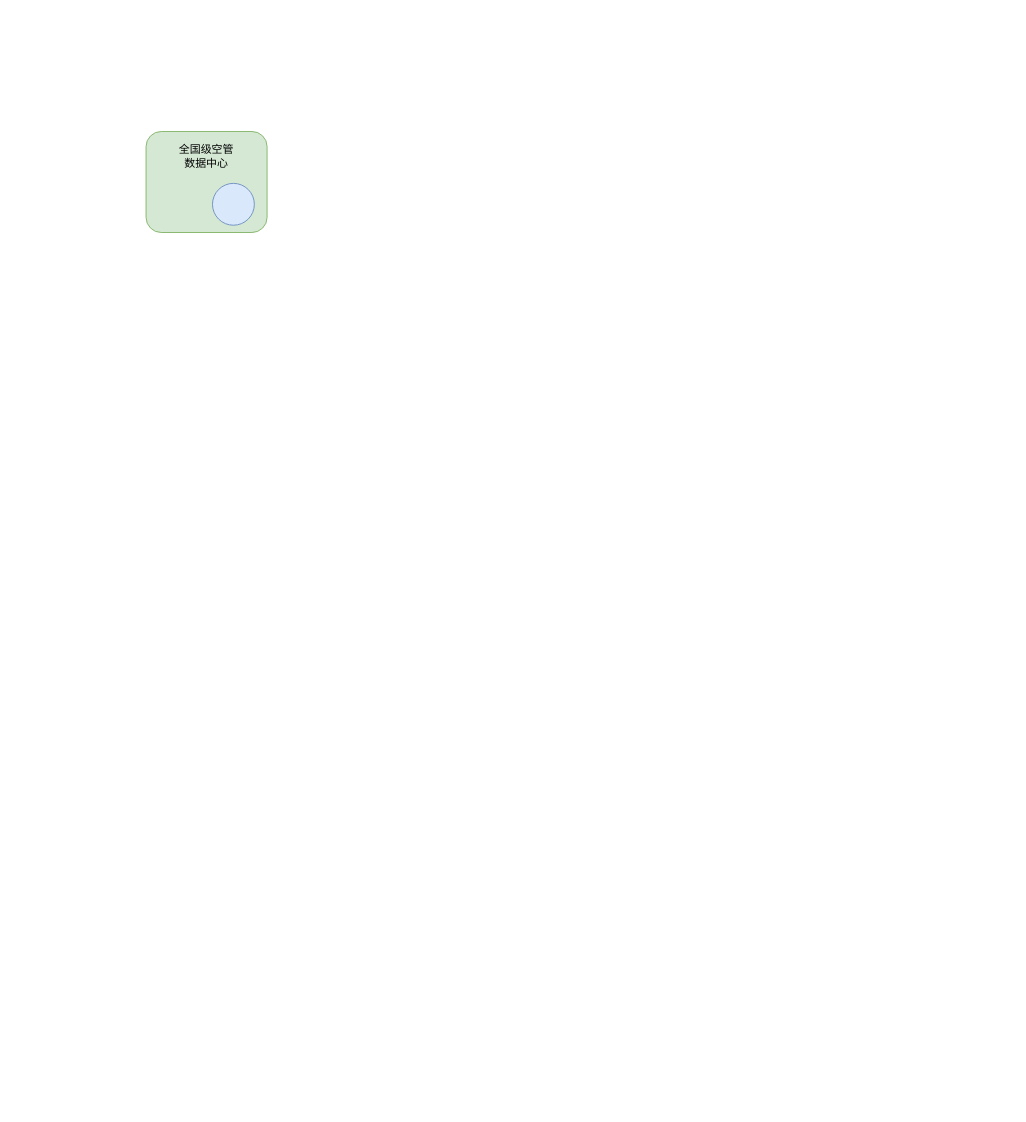
dilide/collections keeps this draw.io diagram as repository/drawio/3suo/数据同步网络.drawio. Above is the earlier version. Source tidied: cells renumbered, new cells numbered last; positions are measured from the earlier drawing's top-left corner, leaving out a move shared by most shapes. Both pictures are drawn from the tidied source at 91%, with x=0, y=0 at pixel (146, 131). Pictures stored in the file or linked from it are replaced by grey dashed boxes.
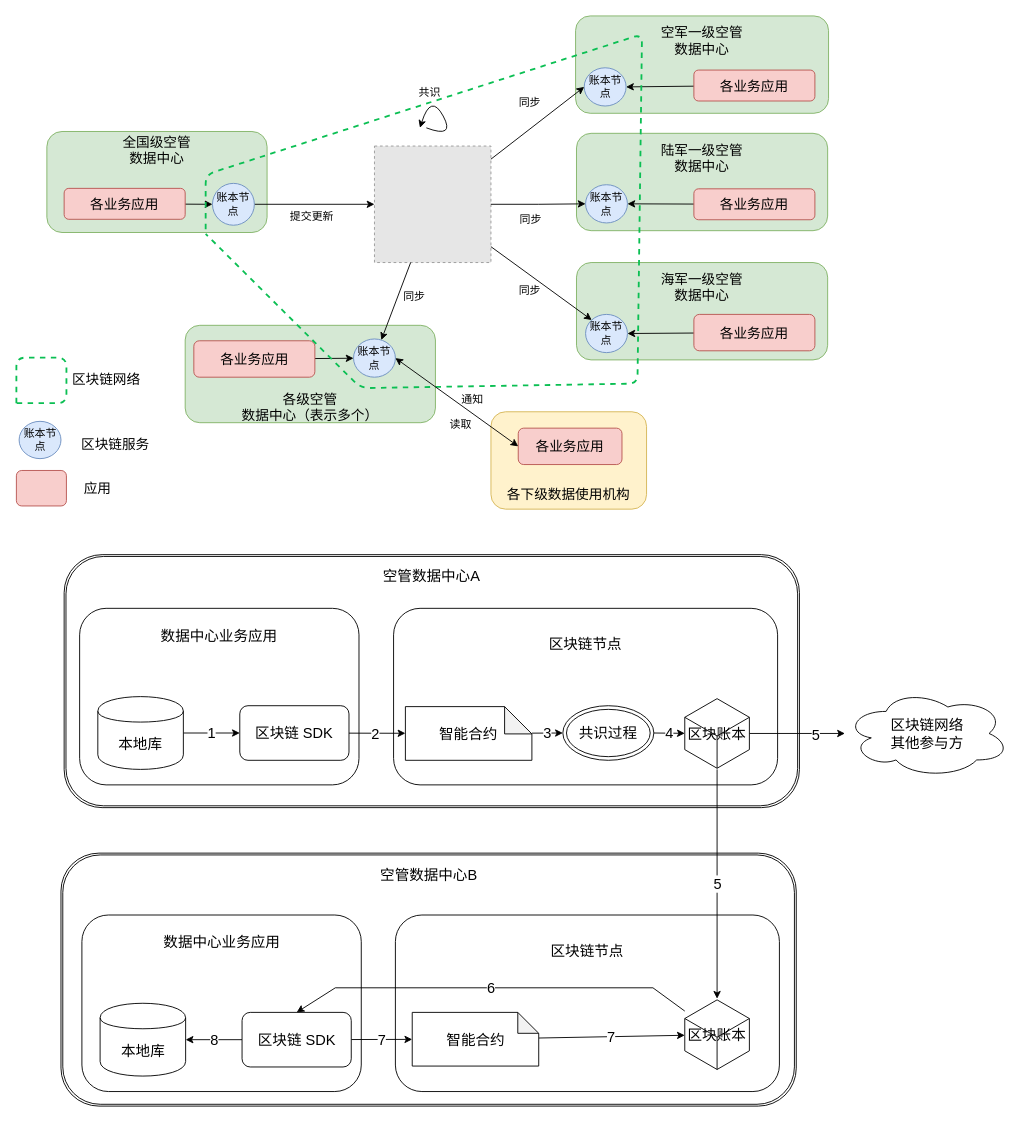
The same diagram, later.

Commit message:
更新数据同步网络.drawio

What changed in the source:
```diff
@@
+    <mxCell id="4" value="空管数据中心A&lt;br&gt;&lt;br&gt;&lt;br&gt;&lt;br&gt;&lt;br&gt;&lt;br&gt;&lt;br&gt;&lt;br&gt;&lt;br&gt;&lt;br&gt;&lt;br&gt;&lt;br&gt;&lt;br&gt;" style="shape=ext;double=1;rounded=1;whiteSpace=wrap;html=1;fontSize=16;" parent="1" vertex="1">
+      <mxGeometry x="-90" y="465" width="808" height="278" as="geometry" />
+    </mxCell>
-    <mxCell id="2" value="全国级空管&lt;br&gt;数据中心&lt;br&gt;&lt;br&gt;&lt;br&gt;&lt;br&gt;&lt;br&gt;" style="rounded=1;whiteSpace=wrap;html=1;fillColor=#d5e8d4;strokeColor=#82b366;" parent="1" vertex="1">
-      <mxGeometry width="133" height="111" as="geometry" />
+    <mxCell id="2" value="全国级空管&lt;br style=&quot;font-size: 15px;&quot;&gt;数据中心&lt;br style=&quot;font-size: 15px;&quot;&gt;&lt;br style=&quot;font-size: 15px;&quot;&gt;&lt;br style=&quot;font-size: 15px;&quot;&gt;&lt;br style=&quot;font-size: 15px;&quot;&gt;&lt;br style=&quot;font-size: 15px;&quot;&gt;" style="rounded=1;whiteSpace=wrap;html=1;fillColor=#d5e8d4;strokeColor=#82b366;fontSize=15;" parent="1" vertex="1">
+      <mxGeometry x="-109" width="242" height="111" as="geometry" />
     </mxCell>
+    <mxCell id="5" style="edgeStyle=orthogonalEdgeStyle;rounded=0;jettySize=auto;html=1;" parent="1" edge="1" source="3" target="7">
+      <mxGeometry relative="1" as="geometry" />
+    </mxCell>
+    <mxCell id="6" value="提交更新" style="text;html=1;align=center;verticalAlign=middle;labelBackgroundColor=#ffffff;" parent="5" vertex="1">
+      <mxGeometry x="-0.29" relative="1" as="geometry">
+        <mxPoint x="15" y="13" as="offset" />
+      </mxGeometry>
+    </mxCell>
-    <mxCell id="3" style="ellipse;whiteSpace=wrap;html=1;fillColor=#dae8fc;strokeColor=#6c8ebf;" parent="1" vertex="1">
+    <mxCell id="3" value="账本节点" style="ellipse;whiteSpace=wrap;html=1;fillColor=#dae8fc;strokeColor=#6c8ebf;" parent="1" vertex="1">
       <mxGeometry x="73" y="57" width="46" height="46" as="geometry" />
     </mxCell>
+    <mxCell id="7" style="fillColor=#E6E6E6;strokeColor=#999999;dashed=1;html=1;verticalAlign=top;verticalLabelPosition=bottom;labelBackgroundColor=#ffffff;" parent="1" vertex="1">
+      <mxGeometry x="251" y="16" width="128" height="128" as="geometry" />
+    </mxCell>
+    <mxCell id="8" value="陆军一级空管&lt;br style=&quot;font-size: 15px&quot;&gt;数据中心&lt;br style=&quot;font-size: 15px&quot;&gt;&lt;br style=&quot;font-size: 15px&quot;&gt;&lt;br&gt;&lt;br&gt;" style="rounded=1;whiteSpace=wrap;html=1;fillColor=#d5e8d4;strokeColor=#82b366;fontSize=15;" parent="1" vertex="1">
+      <mxGeometry x="473" y="2" width="276" height="107" as="geometry" />
+    </mxCell>
+    <mxCell id="9" value="账本节点" style="ellipse;whiteSpace=wrap;html=1;fillColor=#dae8fc;strokeColor=#6c8ebf;" parent="1" vertex="1">
+      <mxGeometry x="483" y="58.5" width="46" height="42" as="geometry" />
+    </mxCell>
+    <mxCell id="10" value="同步" style="text;html=1;align=left;verticalAlign=top;spacingTop=-4;" parent="1" vertex="1">
+      <mxGeometry x="409" y="86.5" width="34" height="14" as="geometry" />
+    </mxCell>
+    <mxCell id="11" style="edgeStyle=orthogonalEdgeStyle;rounded=0;jettySize=auto;html=1;entryX=0;entryY=0.5;entryDx=0;entryDy=0;" parent="1" edge="1" source="7" target="9">
+      <mxGeometry relative="1" as="geometry" />
+    </mxCell>
+    <mxCell id="12" style="curved=1;endArrow=classic;html=1;" parent="1" edge="1">
+      <mxGeometry relative="1" as="geometry">
+        <mxPoint x="308" y="-4" as="sourcePoint" />
+        <mxPoint x="301" y="-4" as="targetPoint" />
+        <Array as="points">
+          <mxPoint x="340" y="8" />
+          <mxPoint x="313" y="-42" />
+        </Array>
+      </mxGeometry>
+    </mxCell>
+    <mxCell id="13" value="共识" style="text;html=1;align=left;verticalAlign=top;spacingTop=-4;" parent="1" vertex="1">
+      <mxGeometry x="298" y="-52" width="34" height="14" as="geometry" />
+    </mxCell>
+    <mxCell id="14" value="海军一级空管&lt;br style=&quot;font-size: 15px&quot;&gt;数据中心&lt;br style=&quot;font-size: 15px&quot;&gt;&lt;br style=&quot;font-size: 15px&quot;&gt;&lt;br&gt;&lt;br&gt;" style="rounded=1;whiteSpace=wrap;html=1;fillColor=#d5e8d4;strokeColor=#82b366;fontSize=15;" parent="1" vertex="1">
+      <mxGeometry x="473" y="144" width="276" height="107" as="geometry" />
+    </mxCell>
+    <mxCell id="15" value="账本节点" style="ellipse;whiteSpace=wrap;html=1;fillColor=#dae8fc;strokeColor=#6c8ebf;" parent="1" vertex="1">
+      <mxGeometry x="483" y="201" width="46" height="42" as="geometry" />
+    </mxCell>
+    <mxCell id="16" value="同步" style="text;html=1;align=left;verticalAlign=top;spacingTop=-4;" parent="1" vertex="1">
+      <mxGeometry x="407.5" y="164.5" width="34" height="14" as="geometry" />
+    </mxCell>
+    <mxCell id="17" value="空军一级空管&lt;br style=&quot;font-size: 15px&quot;&gt;数据中心&lt;br style=&quot;font-size: 15px&quot;&gt;&lt;br style=&quot;font-size: 15px&quot;&gt;&lt;br&gt;&lt;br style=&quot;font-size: 15px&quot;&gt;" style="rounded=1;whiteSpace=wrap;html=1;fillColor=#d5e8d4;strokeColor=#82b366;fontSize=15;" parent="1" vertex="1">
+      <mxGeometry x="472" y="-127" width="278" height="107" as="geometry" />
+    </mxCell>
+    <mxCell id="18" value="账本节点" style="ellipse;whiteSpace=wrap;html=1;fillColor=#dae8fc;strokeColor=#6c8ebf;" parent="1" vertex="1">
+      <mxGeometry x="481.5" y="-70" width="46" height="42" as="geometry" />
+    </mxCell>
+    <mxCell id="19" value="同步" style="text;html=1;align=left;verticalAlign=top;spacingTop=-4;" parent="1" vertex="1">
+      <mxGeometry x="407.5" y="-42" width="34" height="14" as="geometry" />
+    </mxCell>
+    <mxCell id="20" style="edgeStyle=none;rounded=0;jettySize=auto;html=1;entryX=0;entryY=0.5;entryDx=0;entryDy=0;" parent="1" edge="1" source="7" target="18">
+      <mxGeometry relative="1" as="geometry" />
+    </mxCell>
+    <mxCell id="21" style="edgeStyle=none;rounded=0;jettySize=auto;html=1;entryX=0;entryY=0;entryDx=0;entryDy=0;" parent="1" edge="1" source="7" target="15">
+      <mxGeometry relative="1" as="geometry" />
+    </mxCell>
+    <mxCell id="22" value="&lt;br style=&quot;font-size: 15px&quot;&gt;&lt;br style=&quot;font-size: 15px&quot;&gt;&lt;br style=&quot;font-size: 15px&quot;&gt;&lt;br style=&quot;font-size: 15px&quot;&gt;各级空管&lt;br style=&quot;font-size: 15px&quot;&gt;数据中心（表示多个）" style="rounded=1;whiteSpace=wrap;html=1;fillColor=#d5e8d4;strokeColor=#82b366;fontSize=15;" parent="1" vertex="1">
+      <mxGeometry x="43" y="213" width="275" height="107" as="geometry" />
+    </mxCell>
+    <mxCell id="23" value="账本节点" style="ellipse;whiteSpace=wrap;html=1;fillColor=#dae8fc;strokeColor=#6c8ebf;" parent="1" vertex="1">
+      <mxGeometry x="228" y="228" width="46" height="42" as="geometry" />
+    </mxCell>
+    <mxCell id="24" style="edgeStyle=none;rounded=0;jettySize=auto;html=1;" parent="1" edge="1" source="7" target="23">
+      <mxGeometry relative="1" as="geometry" />
+    </mxCell>
+    <mxCell id="25" value="同步" style="text;html=1;align=left;verticalAlign=top;spacingTop=-4;" parent="1" vertex="1">
+      <mxGeometry x="281" y="171.5" width="34" height="14" as="geometry" />
+    </mxCell>
+    <mxCell id="26" value="&lt;br style=&quot;font-size: 15px&quot;&gt;&lt;br style=&quot;font-size: 15px&quot;&gt;&lt;br style=&quot;font-size: 15px&quot;&gt;&lt;br style=&quot;font-size: 15px&quot;&gt;各下级数据使用机构" style="rounded=1;whiteSpace=wrap;html=1;fillColor=#fff2cc;strokeColor=#d6b656;fontSize=15;" parent="1" vertex="1">
+      <mxGeometry x="379" y="308" width="171" height="107" as="geometry" />
+    </mxCell>
+    <mxCell id="27" style="edgeStyle=none;rounded=0;jettySize=auto;html=1;entryX=1;entryY=0.5;entryDx=0;entryDy=0;fontSize=15;" parent="1" edge="1" source="28" target="18">
+      <mxGeometry relative="1" as="geometry" />
+    </mxCell>
+    <mxCell id="28" value="各业务应用" style="rounded=1;whiteSpace=wrap;html=1;fontSize=15;fillColor=#f8cecc;strokeColor=#b85450;" parent="1" vertex="1">
+      <mxGeometry x="602" y="-67.5" width="133" height="34" as="geometry" />
+    </mxCell>
+    <mxCell id="29" style="edgeStyle=none;rounded=0;jettySize=auto;html=1;entryX=1;entryY=0.5;entryDx=0;entryDy=0;fontSize=15;" parent="1" edge="1" source="30" target="9">
+      <mxGeometry relative="1" as="geometry" />
+    </mxCell>
+    <mxCell id="30" value="各业务应用" style="rounded=1;whiteSpace=wrap;html=1;fontSize=15;fillColor=#f8cecc;strokeColor=#b85450;" parent="1" vertex="1">
+      <mxGeometry x="602" y="63" width="133" height="34" as="geometry" />
+    </mxCell>
+    <mxCell id="31" style="edgeStyle=none;rounded=0;jettySize=auto;html=1;entryX=1;entryY=0.5;entryDx=0;entryDy=0;fontSize=15;" parent="1" edge="1" source="32" target="15">
+      <mxGeometry relative="1" as="geometry" />
+    </mxCell>
+    <mxCell id="32" value="各业务应用" style="rounded=1;whiteSpace=wrap;html=1;fontSize=15;fillColor=#f8cecc;strokeColor=#b85450;" parent="1" vertex="1">
+      <mxGeometry x="602" y="201" width="133" height="40" as="geometry" />
+    </mxCell>
+    <mxCell id="33" value="各业务应用" style="rounded=1;whiteSpace=wrap;html=1;fontSize=15;fillColor=#f8cecc;strokeColor=#b85450;" parent="1" vertex="1">
+      <mxGeometry x="409" y="326" width="114" height="40" as="geometry" />
+    </mxCell>
+    <mxCell id="34" style="edgeStyle=none;rounded=0;jettySize=auto;html=1;fontSize=15;" parent="1" edge="1" source="35" target="23">
+      <mxGeometry relative="1" as="geometry" />
+    </mxCell>
+    <mxCell id="35" value="各业务应用" style="rounded=1;whiteSpace=wrap;html=1;fontSize=15;fillColor=#f8cecc;strokeColor=#b85450;" parent="1" vertex="1">
+      <mxGeometry x="52.5" y="230" width="133" height="40" as="geometry" />
+    </mxCell>
+    <mxCell id="36" style="edgeStyle=none;rounded=0;jettySize=auto;html=1;fontSize=15;" parent="1" edge="1" source="37" target="3">
+      <mxGeometry relative="1" as="geometry" />
+    </mxCell>
+    <mxCell id="37" value="各业务应用" style="rounded=1;whiteSpace=wrap;html=1;fontSize=15;fillColor=#f8cecc;strokeColor=#b85450;" parent="1" vertex="1">
+      <mxGeometry x="-90" y="62.5" width="133" height="34" as="geometry" />
+    </mxCell>
+    <mxCell id="38" style="endArrow=none;dashed=1;html=1;fontSize=15;fillColor=#dae8fc;strokeColor=#0BBF53;strokeWidth=2;" parent="1" edge="1">
+      <mxGeometry relative="1" as="geometry">
+        <mxPoint x="65.5" y="107.5" as="sourcePoint" />
+        <mxPoint x="65.5" y="112.5" as="targetPoint" />
+        <Array as="points">
+          <mxPoint x="65.5" y="47.5" />
+          <mxPoint x="545" y="-107" />
+          <mxPoint x="540" y="277" />
+          <mxPoint x="236" y="282" />
+        </Array>
+      </mxGeometry>
+    </mxCell>
+    <mxCell id="39" style="endArrow=none;dashed=1;html=1;strokeColor=#0BBF53;strokeWidth=2;fontSize=15;" parent="1" edge="1">
+      <mxGeometry relative="1" as="geometry">
+        <mxPoint x="-142.5" y="298.5" as="sourcePoint" />
+        <mxPoint x="-142.5" y="298.5" as="targetPoint" />
+        <Array as="points">
+          <mxPoint x="-142.5" y="248.5" />
+          <mxPoint x="-87.5" y="248.5" />
+          <mxPoint x="-87.5" y="298.5" />
+        </Array>
+      </mxGeometry>
+    </mxCell>
+    <mxCell id="40" value="区块链网络" style="text;html=1;align=left;verticalAlign=top;spacingTop=-4;fontSize=15;" parent="1" vertex="1">
+      <mxGeometry x="-83.5" y="260.5" width="85" height="18" as="geometry" />
+    </mxCell>
+    <mxCell id="41" style="rounded=1;whiteSpace=wrap;html=1;fontSize=15;fillColor=#f8cecc;strokeColor=#b85450;" parent="1" vertex="1">
+      <mxGeometry x="-142.5" y="372.5" width="55" height="39" as="geometry" />
+    </mxCell>
+    <mxCell id="42" value="应用" style="text;html=1;align=left;verticalAlign=top;spacingTop=-4;fontSize=15;" parent="1" vertex="1">
+      <mxGeometry x="-70.5" y="380.5" width="40" height="18" as="geometry" />
+    </mxCell>
+    <mxCell id="43" value="账本节点" style="ellipse;whiteSpace=wrap;html=1;fillColor=#dae8fc;strokeColor=#6c8ebf;" parent="1" vertex="1">
+      <mxGeometry x="-139.5" y="318.5" width="46" height="41" as="geometry" />
+    </mxCell>
+    <mxCell id="44" value="区块链服务" style="text;html=1;align=left;verticalAlign=top;spacingTop=-4;fontSize=15;" parent="1" vertex="1">
+      <mxGeometry x="-73" y="331.5" width="85" height="18" as="geometry" />
+    </mxCell>
+    <mxCell id="45" style="endArrow=classic;startArrow=classic;html=1;strokeColor=#000000;strokeWidth=1;fontSize=15;entryX=1;entryY=0.5;entryDx=0;entryDy=0;exitX=0;exitY=0.5;exitDx=0;exitDy=0;" parent="1" edge="1" source="33" target="23">
+      <mxGeometry relative="1" as="geometry" />
+    </mxCell>
+    <mxCell id="46" value="通知" style="text;html=1;align=left;verticalAlign=top;spacingTop=-4;" parent="1" vertex="1">
+      <mxGeometry x="345" y="285" width="34" height="14" as="geometry" />
+    </mxCell>
+    <mxCell id="47" value="读取" style="text;html=1;align=left;verticalAlign=top;spacingTop=-4;fontSize=12;" parent="1" vertex="1">
+      <mxGeometry x="332" y="312" width="40" height="18" as="geometry" />
+    </mxCell>
+    <mxCell id="48" value="数据中心业务应用&lt;br style=&quot;font-size: 16px;&quot;&gt;&lt;br style=&quot;font-size: 16px;&quot;&gt;&lt;br style=&quot;font-size: 16px;&quot;&gt;&lt;br style=&quot;font-size: 16px;&quot;&gt;&lt;br style=&quot;font-size: 16px;&quot;&gt;&lt;br style=&quot;font-size: 16px;&quot;&gt;&lt;br style=&quot;font-size: 16px;&quot;&gt;&lt;br style=&quot;font-size: 16px;&quot;&gt;" style="rounded=1;whiteSpace=wrap;html=1;fontSize=16;" parent="1" vertex="1">
+      <mxGeometry x="-73" y="524" width="307" height="194" as="geometry" />
+    </mxCell>
+    <mxCell id="49" value="1" style="edgeStyle=none;rounded=0;jettySize=auto;html=1;entryX=0;entryY=0.5;entryDx=0;entryDy=0;strokeColor=#000000;strokeWidth=1;fontSize=16;" parent="1" edge="1" source="50" target="51">
+      <mxGeometry relative="1" as="geometry" />
+    </mxCell>
+    <mxCell id="50" value="本地库" style="shape=cylinder;whiteSpace=wrap;html=1;boundedLbl=1;backgroundOutline=1;fontSize=16;" parent="1" vertex="1">
+      <mxGeometry x="-53" y="621" width="94" height="80" as="geometry" />
+    </mxCell>
+    <mxCell id="51" value="区块链 SDK" style="rounded=1;whiteSpace=wrap;html=1;fontSize=16;" parent="1" vertex="1">
+      <mxGeometry x="103" y="631" width="120" height="60" as="geometry" />
+    </mxCell>
+    <mxCell id="52" value="区块链节点&lt;br&gt;&lt;br&gt;&lt;br&gt;&lt;br&gt;&lt;br&gt;&lt;br&gt;&lt;br&gt;" style="rounded=1;whiteSpace=wrap;html=1;fontSize=16;" parent="1" vertex="1">
+      <mxGeometry x="272" y="524" width="422" height="194" as="geometry" />
+    </mxCell>
+    <mxCell id="53" value="3" style="edgeStyle=none;rounded=0;jettySize=auto;html=1;entryX=0;entryY=0.5;entryDx=0;entryDy=0;strokeColor=#000000;strokeWidth=1;fontSize=16;" parent="1" edge="1" source="54" target="58">
+      <mxGeometry relative="1" as="geometry" />
+    </mxCell>
+    <mxCell id="54" value="智能合约" style="shape=note;whiteSpace=wrap;html=1;backgroundOutline=1;darkOpacity=0.05;fontSize=16;" parent="1" vertex="1">
+      <mxGeometry x="285" y="632" width="139" height="59" as="geometry" />
+    </mxCell>
+    <mxCell id="55" style="edgeStyle=none;rounded=0;jettySize=auto;html=1;strokeColor=#000000;strokeWidth=1;fontSize=16;" parent="1" edge="1" source="51" target="54">
+      <mxGeometry relative="1" as="geometry" />
+    </mxCell>
+    <mxCell id="56" value="2" style="text;html=1;align=center;verticalAlign=middle;labelBackgroundColor=#ffffff;fontSize=16;" parent="55" vertex="1">
+      <mxGeometry x="-0.35" y="1" relative="1" as="geometry">
+        <mxPoint x="8" y="1" as="offset" />
+      </mxGeometry>
+    </mxCell>
+    <mxCell id="57" value="4" style="edgeStyle=none;rounded=0;jettySize=auto;html=1;strokeColor=#000000;strokeWidth=1;fontSize=16;" parent="1" edge="1" source="58" target="61">
+      <mxGeometry relative="1" as="geometry" />
+    </mxCell>
+    <mxCell id="58" value="共识过程" style="ellipse;shape=doubleEllipse;whiteSpace=wrap;html=1;fontSize=16;" parent="1" vertex="1">
+      <mxGeometry x="458" y="631" width="100" height="60" as="geometry" />
+    </mxCell>
+    <mxCell id="59" style="edgeStyle=none;rounded=0;jettySize=auto;html=1;strokeColor=#000000;strokeWidth=1;fontSize=16;" parent="1" edge="1" source="61" target="62">
+      <mxGeometry relative="1" as="geometry" />
+    </mxCell>
+    <mxCell id="60" value="5" style="text;html=1;align=center;verticalAlign=middle;labelBackgroundColor=#ffffff;fontSize=16;" parent="59" vertex="1">
+      <mxGeometry x="0.37" y="-1" relative="1" as="geometry" />
+    </mxCell>
+    <mxCell id="61" value="区块账本" style="html=1;whiteSpace=wrap;shape=isoCube;backgroundOutline=1;fontSize=16;" parent="1" vertex="1">
+      <mxGeometry x="592" y="622" width="71" height="79" as="geometry" />
+    </mxCell>
+    <mxCell id="62" value="区块链网络&lt;br&gt;其他参与方" style="ellipse;shape=cloud;whiteSpace=wrap;html=1;fontSize=16;" parent="1" vertex="1">
+      <mxGeometry x="768" y="613" width="181" height="97" as="geometry" />
+    </mxCell>
+    <mxCell id="63" value="空管数据中心B&lt;br&gt;&lt;br&gt;&lt;br&gt;&lt;br&gt;&lt;br&gt;&lt;br&gt;&lt;br&gt;&lt;br&gt;&lt;br&gt;&lt;br&gt;&lt;br&gt;&lt;br&gt;&lt;br&gt;" style="shape=ext;double=1;rounded=1;whiteSpace=wrap;html=1;fontSize=16;" parent="1" vertex="1">
+      <mxGeometry x="-93.5" y="793" width="808" height="278" as="geometry" />
+    </mxCell>
+    <mxCell id="64" value="区块链节点&lt;br&gt;&lt;br&gt;&lt;br&gt;&lt;br&gt;&lt;br&gt;&lt;br&gt;&lt;br&gt;" style="rounded=1;whiteSpace=wrap;html=1;fontSize=16;" parent="1" vertex="1">
+      <mxGeometry x="274" y="861" width="422" height="194" as="geometry" />
+    </mxCell>
+    <mxCell id="65" value="区块账本" style="html=1;whiteSpace=wrap;shape=isoCube;backgroundOutline=1;fontSize=16;" parent="1" vertex="1">
+      <mxGeometry x="592" y="953" width="71" height="79" as="geometry" />
+    </mxCell>
+    <mxCell id="66" value="5" style="edgeStyle=none;rounded=0;jettySize=auto;html=1;strokeColor=#000000;strokeWidth=1;fontSize=16;" parent="1" edge="1" source="61" target="65">
+      <mxGeometry relative="1" as="geometry" />
+    </mxCell>
+    <mxCell id="67" value="数据中心业务应用&lt;br style=&quot;font-size: 16px;&quot;&gt;&lt;br style=&quot;font-size: 16px;&quot;&gt;&lt;br style=&quot;font-size: 16px;&quot;&gt;&lt;br style=&quot;font-size: 16px;&quot;&gt;&lt;br style=&quot;font-size: 16px;&quot;&gt;&lt;br style=&quot;font-size: 16px;&quot;&gt;&lt;br style=&quot;font-size: 16px;&quot;&gt;&lt;br style=&quot;font-size: 16px;&quot;&gt;" style="rounded=1;whiteSpace=wrap;html=1;fontSize=16;" parent="1" vertex="1">
+      <mxGeometry x="-70.5" y="861" width="307" height="194" as="geometry" />
+    </mxCell>
+    <mxCell id="68" value="本地库" style="shape=cylinder;whiteSpace=wrap;html=1;boundedLbl=1;backgroundOutline=1;fontSize=16;" parent="1" vertex="1">
+      <mxGeometry x="-50.5" y="958" width="94" height="80" as="geometry" />
+    </mxCell>
+    <mxCell id="69" value="7" style="edgeStyle=none;rounded=0;jettySize=auto;html=1;strokeColor=#000000;strokeWidth=1;fontSize=16;" parent="1" edge="1" source="71" target="74">
+      <mxGeometry relative="1" as="geometry" />
+    </mxCell>
+    <mxCell id="70" value="8" style="edgeStyle=none;rounded=0;jettySize=auto;html=1;entryX=1;entryY=0.5;entryDx=0;entryDy=0;strokeColor=#000000;strokeWidth=1;fontSize=16;" parent="1" edge="1" source="71" target="68">
+      <mxGeometry relative="1" as="geometry" />
+    </mxCell>
+    <mxCell id="71" value="区块链 SDK" style="rounded=1;whiteSpace=wrap;html=1;fontSize=16;" parent="1" vertex="1">
+      <mxGeometry x="105.5" y="968" width="120" height="60" as="geometry" />
+    </mxCell>
+    <mxCell id="72" value="6" style="edgeStyle=none;rounded=0;jettySize=auto;html=1;entryX=0.5;entryY=0;entryDx=0;entryDy=0;strokeColor=#000000;strokeWidth=1;fontSize=16;" parent="1" edge="1" source="65" target="71">
+      <mxGeometry relative="1" as="geometry">
+        <Array as="points">
+          <mxPoint x="557" y="941" />
+          <mxPoint x="208" y="941" />
+        </Array>
+      </mxGeometry>
+    </mxCell>
+    <mxCell id="73" value="7" style="edgeStyle=none;rounded=0;jettySize=auto;html=1;strokeColor=#000000;strokeWidth=1;fontSize=16;" parent="1" edge="1" source="74" target="65">
+      <mxGeometry relative="1" as="geometry" />
+    </mxCell>
+    <mxCell id="74" value="智能合约" style="shape=note;whiteSpace=wrap;html=1;backgroundOutline=1;darkOpacity=0.05;fontSize=16;size=23;" parent="1" vertex="1">
+      <mxGeometry x="292.5" y="968" width="139" height="59" as="geometry" />
+    </mxCell>
```
